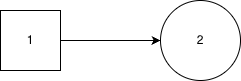
Before: test.drawio.png, a diagram exported from draw.io (AntonBagatskyi/TestTaskJson). Source tidied: cells renumbered, new cells last; positions are measured from the earlier drawing's top-left corner, leaving out a move shared by most shapes.
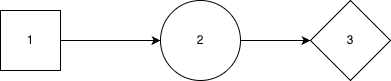
Above is the later version.

What changed in the source:
```diff
@@ -8,8 +8,14 @@
     <mxCell id="3" value="1" style="whiteSpace=wrap;html=1;" parent="1" vertex="1">
       <mxGeometry y="10" width="60" height="60" as="geometry" />
     </mxCell>
+    <mxCell id="5" style="edgeStyle=orthogonalEdgeStyle;rounded=0;jettySize=auto;html=1;" parent="1" edge="1" source="4" target="6">
+      <mxGeometry relative="1" as="geometry" />
+    </mxCell>
     <mxCell id="4" value="2" style="ellipse;whiteSpace=wrap;html=1;" parent="1" vertex="1">
       <mxGeometry x="160" width="80" height="80" as="geometry" />
     </mxCell>
+    <mxCell id="6" value="3" style="rhombus;whiteSpace=wrap;html=1;" parent="1" vertex="1">
+      <mxGeometry x="310" width="80" height="80" as="geometry" />
+    </mxCell>
   </root>
 </mxGraphModel>
```
